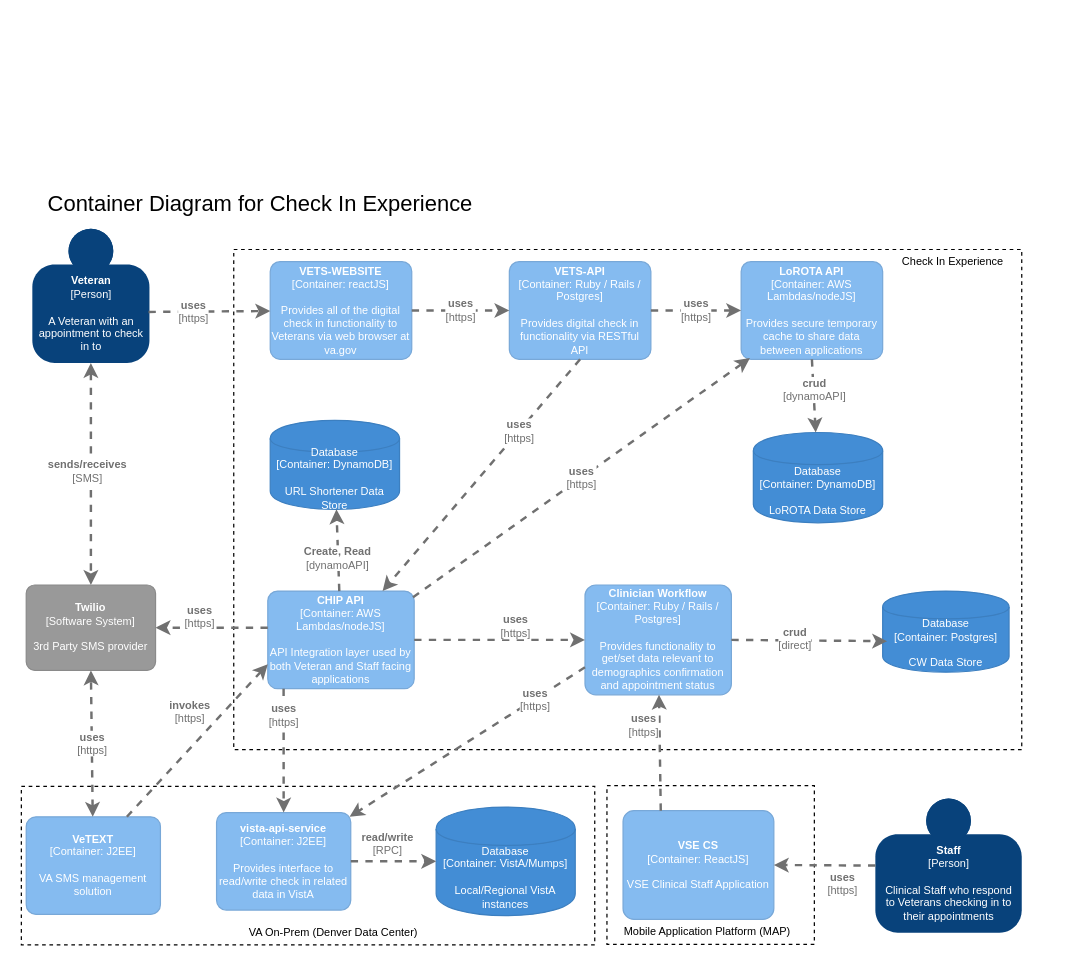
Before: page "container-diagram" (1 of 2) of products/health-care/checkin/engineering/architecture-diagrams/containerDiagram_checkInExp.drawio in department-of-veterans-affairs/va.gov-team, a draw.io diagram. Source tidied: cells renumbered, new cells numbered last; positions are measured from the earlier drawing's top-left corner, leaving out a move shared by most shapes. Both pictures are drawn from the tidied source at 122%, with x=0, y=0 at pixel (21, 179).
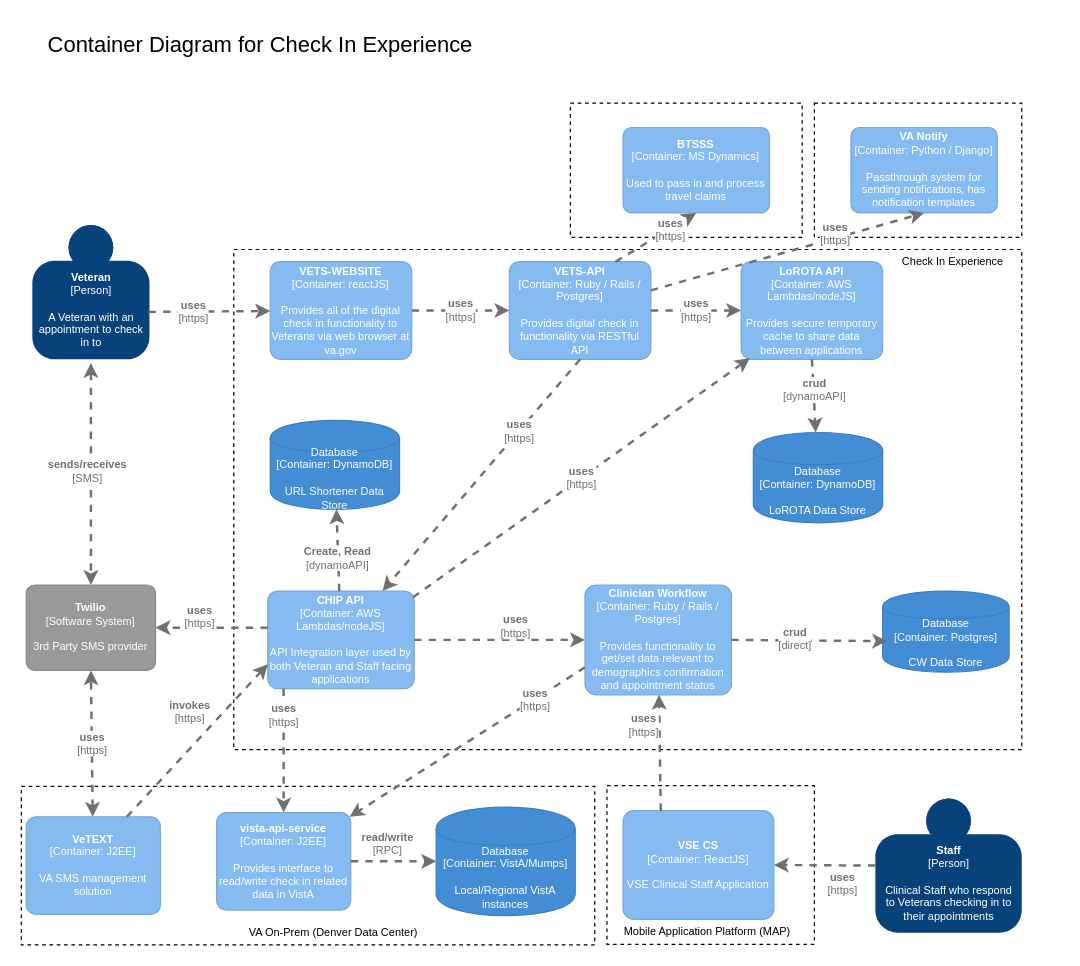
The same diagram, later.

Commit message (it also covers changes not shown here):
Update container diagram for checkin experience

Added VA Notify and BTSSS

The change refers to these unchanged cells:
```xml
<object id="7" label="&lt;b style=&quot;font-size: 9px;&quot;&gt;%c4Name%&lt;/b&gt;&lt;div style=&quot;font-size: 9px;&quot;&gt;[%c4Type%: %c4Technology%]&lt;/div&gt;&lt;br style=&quot;font-size: 9px;&quot;&gt;&lt;div style=&quot;font-size: 9px;&quot;&gt;%c4Description%&lt;/div&gt;" c4Description="Provides all of the digital check in functionality to Veterans via web browser at va.gov" c4Name="VETS-WEBSITE" c4Technology="reactJS" c4Type="Container" placeholders="1">
  <mxCell style="rounded=1;whiteSpace=wrap;html=1;labelBackgroundColor=none;fillColor=#85BBF0;fontColor=#ffffff;align=center;arcSize=10;strokeColor=#78A8D8;metaData={&quot;c4Type&quot;:{&quot;editable&quot;:false}};points=[[0.25,0,0],[0.5,0,0],[0.75,0,0],[1,0.25,0],[1,0.5,0],[1,0.75,0],[0.75,1,0],[0.5,1,0],[0.25,1,0],[0,0.75,0],[0,0.5,0],[0,0.25,0]];fontSize=9;" parent="1" vertex="1">
    <mxGeometry x="204" y="67" width="116" height="80" as="geometry" />
  </mxCell>
</object>
<object id="8" label="&lt;b style=&quot;font-size: 9px;&quot;&gt;%c4Name%&lt;/b&gt;&lt;div style=&quot;font-size: 9px;&quot;&gt;[%c4Type%: %c4Technology%]&lt;/div&gt;&lt;br style=&quot;font-size: 9px;&quot;&gt;&lt;div style=&quot;font-size: 9px;&quot;&gt;%c4Description%&lt;/div&gt;" c4Description="Provides digital check in functionality via RESTful API" c4Name="VETS-API" c4Technology="Ruby / Rails / Postgres" c4Type="Container" placeholders="1">
  <mxCell style="rounded=1;whiteSpace=wrap;html=1;labelBackgroundColor=none;fillColor=#85BBF0;fontColor=#ffffff;align=center;arcSize=10;strokeColor=#78A8D8;metaData={&quot;c4Type&quot;:{&quot;editable&quot;:false}};points=[[0.25,0,0],[0.5,0,0],[0.75,0,0],[1,0.25,0],[1,0.5,0],[1,0.75,0],[0.75,1,0],[0.5,1,0],[0.25,1,0],[0,0.75,0],[0,0.5,0],[0,0.25,0]];fontSize=9;" parent="1" vertex="1">
    <mxGeometry x="400" y="67" width="116" height="80" as="geometry" />
  </mxCell>
</object>
<object id="23" label="&lt;b style=&quot;font-size: 9px;&quot;&gt;%c4Name%&lt;/b&gt;&lt;div style=&quot;font-size: 9px;&quot;&gt;[%c4Type%]&lt;/div&gt;&lt;br style=&quot;font-size: 9px;&quot;&gt;&lt;div style=&quot;font-size: 9px;&quot;&gt;%c4Description%&lt;/div&gt;" c4Description="3rd Party SMS provider" c4Name="Twilio" c4Type="Software System" placeholders="1">
  <mxCell style="rounded=1;whiteSpace=wrap;html=1;labelBackgroundColor=none;fillColor=#999999;fontColor=#ffffff;align=center;arcSize=10;strokeColor=#8A8A8A;metaData={&quot;c4Type&quot;:{&quot;editable&quot;:false}};points=[[0.25,0,0],[0.5,0,0],[0.75,0,0],[1,0.25,0],[1,0.5,0],[1,0.75,0],[0.75,1,0],[0.5,1,0],[0.25,1,0],[0,0.75,0],[0,0.5,0],[0,0.25,0]];fontSize=9;" parent="1" vertex="1">
    <mxGeometry x="4" y="332" width="106" height="70" as="geometry" />
  </mxCell>
</object>
```

Change to the diagram source:
```diff
@@
+    <mxCell id="42" style="rounded=0;whiteSpace=wrap;html=1;dashed=1;fontSize=9;" parent="1" vertex="1">
+      <mxGeometry x="650" y="-63" width="170" height="110" as="geometry" />
+    </mxCell>
+    <mxCell id="43" style="rounded=0;whiteSpace=wrap;html=1;dashed=1;fontSize=9;" parent="1" vertex="1">
+      <mxGeometry x="450" y="-63" width="190" height="110" as="geometry" />
+    </mxCell>
@@
     <mxCell id="4" value="&lt;font style=&quot;font-size: 18px&quot;&gt;Container Diagram for Check In Experience&lt;/font&gt;" style="text;html=1;strokeColor=none;fillColor=none;align=left;verticalAlign=middle;whiteSpace=wrap;rounded=0;dashed=1;" parent="1" vertex="1">
-      <mxGeometry x="20" width="540" height="40" as="geometry" />
+      <mxGeometry x="20" y="-130" width="540" height="40" as="geometry" />
     </mxCell>
@@
     <object id="6" label="&lt;b style=&quot;font-size: 9px;&quot;&gt;%c4Name%&lt;/b&gt;&lt;div style=&quot;font-size: 9px;&quot;&gt;[%c4Type%]&lt;/div&gt;&lt;br style=&quot;font-size: 9px;&quot;&gt;&lt;div style=&quot;font-size: 9px;&quot;&gt;%c4Description%&lt;/div&gt;" c4Description="A Veteran with an &#10;appointment to check &#10;in to" c4Name="Veteran" c4Type="Person" placeholders="1">
       <mxCell style="html=1;dashed=0;whitespace=wrap;fillColor=#08427b;strokeColor=none;fontColor=#ffffff;shape=mxgraph.c4.person;align=center;points=[[0.5,0,0],[1,0.5,0],[1,0.75,0],[0.75,1,0],[0.5,1,0],[0.25,1,0],[0,0.75,0],[0,0.5,0]];metaData={&quot;c4Type&quot;:{&quot;editable&quot;:false}};fontSize=9;" parent="1" vertex="1">
-        <mxGeometry x="9" y="40" width="96" height="110" as="geometry" />
+        <mxGeometry x="9" y="37" width="96" height="110" as="geometry" />
       </mxCell>
     </object>
@@
     <object id="14" label="&lt;div style=&quot;text-align: left; font-size: 9px;&quot;&gt;&lt;div style=&quot;text-align: center; font-size: 9px;&quot;&gt;&lt;b style=&quot;font-size: 9px;&quot;&gt;%c4Description%&lt;/b&gt;&lt;/div&gt;&lt;div style=&quot;text-align: center; font-size: 9px;&quot;&gt;[%c4Technology%]&lt;/div&gt;&lt;/div&gt;" c4Description="uses" c4Technology="https" placeholders="1">
-      <mxCell style="edgeStyle=none;rounded=0;html=1;jettySize=auto;strokeColor=#707070;strokeWidth=2;fontColor=#707070;jumpStyle=none;dashed=1;metaData={&quot;c4Type&quot;:{&quot;editable&quot;:false}};exitX=0.992;exitY=0.62;exitDx=0;exitDy=0;exitPerimeter=0;fontSize=9;" parent="1" edge="1" source="6" target="7">
-        <mxGeometry x="-0.25" relative="1" as="geometry" />
+      <mxCell style="edgeStyle=none;rounded=0;html=1;jettySize=auto;strokeColor=#707070;strokeWidth=2;fontColor=#707070;jumpStyle=none;dashed=1;metaData={&quot;c4Type&quot;:{&quot;editable&quot;:false}};exitX=0.992;exitY=0.62;exitDx=0;exitDy=0;exitPerimeter=0;fontSize=9;" parent="1" edge="1" target="7">
+        <mxGeometry x="-0.25" relative="1" as="geometry">
+          <mxPoint x="104.2" y="108.2" as="sourcePoint" />
+        </mxGeometry>
       </mxCell>
     </object>
@@
     <object id="19" label="&lt;div style=&quot;text-align: left; font-size: 9px;&quot;&gt;&lt;div style=&quot;text-align: center; font-size: 9px;&quot;&gt;&lt;b style=&quot;font-size: 9px;&quot;&gt;%c4Description%&lt;/b&gt;&lt;/div&gt;&lt;div style=&quot;text-align: center; font-size: 9px;&quot;&gt;[%c4Technology%]&lt;/div&gt;&lt;/div&gt;" c4Description="sends/receives" c4Technology="SMS" placeholders="1">
-      <mxCell style="edgeStyle=none;rounded=0;html=1;entryX=0.5;entryY=0;jettySize=auto;strokeColor=#707070;strokeWidth=2;fontColor=#707070;jumpStyle=none;dashed=1;metaData={&quot;c4Type&quot;:{&quot;editable&quot;:false}};exitX=0.5;exitY=1;exitDx=0;exitDy=0;exitPerimeter=0;entryDx=0;entryDy=0;entryPerimeter=0;startArrow=classic;startFill=1;fontSize=9;" parent="1" edge="1" source="6" target="23">
+      <mxCell style="edgeStyle=none;rounded=0;html=1;entryX=0.5;entryY=0;jettySize=auto;strokeColor=#707070;strokeWidth=2;fontColor=#707070;jumpStyle=none;dashed=1;metaData={&quot;c4Type&quot;:{&quot;editable&quot;:false}};exitX=0.5;exitY=1;exitDx=0;exitDy=0;exitPerimeter=0;entryDx=0;entryDy=0;entryPerimeter=0;startArrow=classic;startFill=1;fontSize=9;" parent="1" edge="1" target="23">
         <mxGeometry x="-0.02" y="-4" relative="1" as="geometry">
+          <mxPoint x="57" y="150" as="sourcePoint" />
           <mxPoint x="1" as="offset" />
         </mxGeometry>
       </mxCell>
     </object>
@@
+    <object id="44" label="&lt;b style=&quot;font-size: 9px;&quot;&gt;%c4Name%&lt;/b&gt;&lt;div style=&quot;font-size: 9px;&quot;&gt;[%c4Type%: %c4Technology%]&lt;/div&gt;&lt;br style=&quot;font-size: 9px;&quot;&gt;&lt;div style=&quot;font-size: 9px;&quot;&gt;%c4Description%&lt;/div&gt;" c4Description="Used to pass in and process travel claims" c4Name="BTSSS" c4Technology="MS Dynamics" c4Type="Container" placeholders="1">
+      <mxCell style="rounded=1;whiteSpace=wrap;html=1;labelBackgroundColor=none;fillColor=#85BBF0;fontColor=#ffffff;align=center;arcSize=10;strokeColor=#78A8D8;metaData={&quot;c4Type&quot;:{&quot;editable&quot;:false}};points=[[0.25,0,0],[0.5,0,0],[0.75,0,0],[1,0.25,0],[1,0.5,0],[1,0.75,0],[0.75,1,0],[0.5,1,0],[0.25,1,0],[0,0.75,0],[0,0.5,0],[0,0.25,0]];fontSize=9;" parent="1" vertex="1">
+        <mxGeometry x="493.2" y="-43" width="120" height="70" as="geometry" />
+      </mxCell>
+    </object>
+    <object id="45" label="&lt;div style=&quot;text-align: left; font-size: 9px;&quot;&gt;&lt;div style=&quot;text-align: center; font-size: 9px;&quot;&gt;&lt;b style=&quot;font-size: 9px;&quot;&gt;%c4Description%&lt;/b&gt;&lt;/div&gt;&lt;div style=&quot;text-align: center; font-size: 9px;&quot;&gt;[%c4Technology%]&lt;/div&gt;&lt;/div&gt;" c4Description="uses" c4Technology="https" placeholders="1">
+      <mxCell style="edgeStyle=none;rounded=0;html=1;jettySize=auto;strokeColor=#707070;strokeWidth=2;fontColor=#707070;jumpStyle=none;dashed=1;metaData={&quot;c4Type&quot;:{&quot;editable&quot;:false}};exitX=0.75;exitY=0;exitDx=0;exitDy=0;exitPerimeter=0;fontSize=9;entryX=0.5;entryY=1;entryDx=0;entryDy=0;entryPerimeter=0;" parent="1" edge="1" source="8" target="44">
+        <mxGeometry x="0.32" y="-1" relative="1" as="geometry">
+          <mxPoint x="1" as="offset" />
+        </mxGeometry>
+      </mxCell>
+    </object>
+    <object id="46" label="&lt;b style=&quot;font-size: 9px;&quot;&gt;%c4Name%&lt;/b&gt;&lt;div style=&quot;font-size: 9px;&quot;&gt;[%c4Type%: %c4Technology%]&lt;/div&gt;&lt;br style=&quot;font-size: 9px;&quot;&gt;&lt;div style=&quot;font-size: 9px;&quot;&gt;%c4Description%&lt;/div&gt;" c4Description="Passthrough system for sending notifications, has notification templates" c4Name="VA Notify" c4Technology="Python / Django" c4Type="Container" placeholders="1">
+      <mxCell style="rounded=1;whiteSpace=wrap;html=1;labelBackgroundColor=none;fillColor=#85BBF0;fontColor=#ffffff;align=center;arcSize=10;strokeColor=#78A8D8;metaData={&quot;c4Type&quot;:{&quot;editable&quot;:false}};points=[[0.25,0,0],[0.5,0,0],[0.75,0,0],[1,0.25,0],[1,0.5,0],[1,0.75,0],[0.75,1,0],[0.5,1,0],[0.25,1,0],[0,0.75,0],[0,0.5,0],[0,0.25,0]];fontSize=9;" parent="1" vertex="1">
+        <mxGeometry x="680" y="-43" width="120" height="70" as="geometry" />
+      </mxCell>
+    </object>
+    <object id="47" label="&lt;div style=&quot;text-align: left; font-size: 9px;&quot;&gt;&lt;div style=&quot;text-align: center; font-size: 9px;&quot;&gt;&lt;b style=&quot;font-size: 9px;&quot;&gt;%c4Description%&lt;/b&gt;&lt;/div&gt;&lt;div style=&quot;text-align: center; font-size: 9px;&quot;&gt;[%c4Technology%]&lt;/div&gt;&lt;/div&gt;" c4Description="uses" c4Technology="https" placeholders="1">
+      <mxCell style="edgeStyle=none;rounded=0;html=1;jettySize=auto;strokeColor=#707070;strokeWidth=2;fontColor=#707070;jumpStyle=none;dashed=1;metaData={&quot;c4Type&quot;:{&quot;editable&quot;:false}};fontSize=9;entryX=0.5;entryY=1;entryDx=0;entryDy=0;entryPerimeter=0;" parent="1" edge="1" source="8" target="46">
+        <mxGeometry x="0.36" y="4" relative="1" as="geometry" />
+      </mxCell>
+    </object>
```
